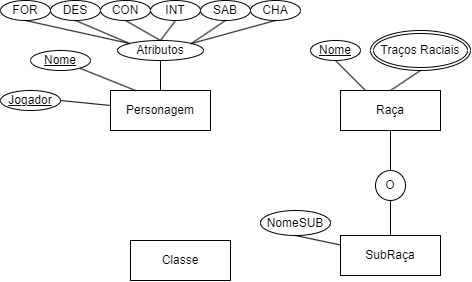
This is DER.png from VitorFonseca123/DnD-RPG, a draw.io export, as it was before one commit. Source tidied: cells renumbered, new cells last; positions are measured from the earlier drawing's top-left corner, leaving out a move shared by most shapes.
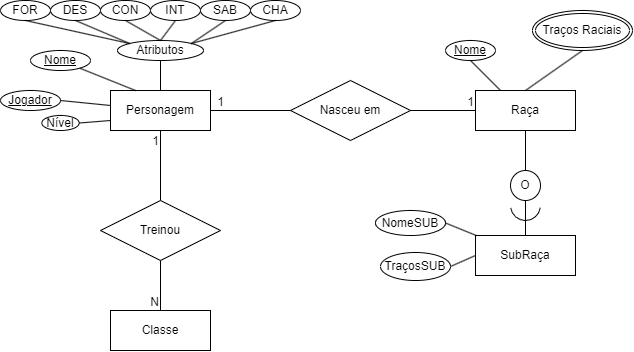
The same diagram one commit later.

Diff of the diagram source:
```diff
@@ -6,7 +6,7 @@
       <mxGeometry x="110" y="90" width="100" height="40" as="geometry" />
     </mxCell>
     <mxCell id="3" value="Raça" style="whiteSpace=wrap;html=1;align=center;" parent="1" vertex="1">
-      <mxGeometry x="340" y="90" width="100" height="40" as="geometry" />
+      <mxGeometry x="475" y="90" width="100" height="40" as="geometry" />
     </mxCell>
     <mxCell id="4" value="&lt;u&gt;Nome&lt;/u&gt;" style="ellipse;whiteSpace=wrap;html=1;align=center;" parent="1" vertex="1">
       <mxGeometry x="30" y="50" width="60" height="20" as="geometry" />
@@ -21,7 +21,7 @@
       <mxGeometry relative="1" as="geometry" />
     </mxCell>
     <mxCell id="8" value="Classe" style="whiteSpace=wrap;html=1;align=center;" parent="1" vertex="1">
-      <mxGeometry x="130" y="240" width="100" height="40" as="geometry" />
+      <mxGeometry x="110" y="310" width="100" height="40" as="geometry" />
     </mxCell>
     <mxCell id="9" value="Atributos" style="ellipse;whiteSpace=wrap;html=1;align=center;" parent="1" vertex="1">
       <mxGeometry x="117" y="40" width="86" height="20" as="geometry" />
@@ -66,34 +66,83 @@
       <mxGeometry relative="1" as="geometry" />
     </mxCell>
     <mxCell id="23" value="Nome" style="ellipse;whiteSpace=wrap;html=1;align=center;fontStyle=4;" parent="1" vertex="1">
-      <mxGeometry x="310" y="40" width="50" height="20" as="geometry" />
+      <mxGeometry x="445" y="40" width="50" height="20" as="geometry" />
     </mxCell>
     <mxCell id="24" style="endArrow=none;html=1;rounded=0;entryX=0.5;entryY=1;entryDx=0;entryDy=0;exitX=0.25;exitY=0;exitDx=0;exitDy=0;" parent="1" edge="1" source="3" target="23">
       <mxGeometry relative="1" as="geometry" />
     </mxCell>
     <mxCell id="25" value="Traços Raciais" style="ellipse;shape=doubleEllipse;margin=3;whiteSpace=wrap;html=1;align=center;" parent="1" vertex="1">
-      <mxGeometry x="370" y="30" width="100" height="40" as="geometry" />
+      <mxGeometry x="532" y="10" width="100" height="40" as="geometry" />
     </mxCell>
     <mxCell id="26" style="endArrow=none;html=1;rounded=0;exitX=0.5;exitY=1;exitDx=0;exitDy=0;entryX=0.5;entryY=0;entryDx=0;entryDy=0;" parent="1" edge="1" source="25" target="3">
       <mxGeometry relative="1" as="geometry" />
     </mxCell>
     <mxCell id="27" value="O" style="ellipse;whiteSpace=wrap;html=1;" parent="1" vertex="1">
-      <mxGeometry x="375" y="170" width="30" height="30" as="geometry" />
+      <mxGeometry x="510" y="170" width="30" height="30" as="geometry" />
     </mxCell>
     <mxCell id="28" style="endArrow=none;html=1;rounded=0;exitX=0.5;exitY=1;exitDx=0;exitDy=0;entryX=0.5;entryY=0;entryDx=0;entryDy=0;" parent="1" edge="1" source="3" target="27">
       <mxGeometry relative="1" as="geometry" />
     </mxCell>
     <mxCell id="29" value="NomeSUB" style="ellipse;whiteSpace=wrap;html=1;align=center;" parent="1" vertex="1">
-      <mxGeometry x="260" y="210" width="70" height="25" as="geometry" />
+      <mxGeometry x="375" y="210" width="70" height="25" as="geometry" />
     </mxCell>
     <mxCell id="30" value="SubRaça" style="whiteSpace=wrap;html=1;align=center;" parent="1" vertex="1">
-      <mxGeometry x="340" y="235" width="100" height="40" as="geometry" />
+      <mxGeometry x="475" y="235" width="100" height="40" as="geometry" />
     </mxCell>
     <mxCell id="31" style="endArrow=none;html=1;rounded=0;exitX=0.5;exitY=1;exitDx=0;exitDy=0;entryX=0.5;entryY=0;entryDx=0;entryDy=0;" parent="1" edge="1" source="27" target="30">
       <mxGeometry relative="1" as="geometry" />
     </mxCell>
-    <mxCell id="32" style="endArrow=none;html=1;rounded=0;exitX=0.5;exitY=1;exitDx=0;exitDy=0;" parent="1" edge="1" source="29" target="30">
+    <mxCell id="32" style="endArrow=none;html=1;rounded=0;exitX=1;exitY=0.5;exitDx=0;exitDy=0;" parent="1" edge="1" source="29" target="30">
       <mxGeometry relative="1" as="geometry" />
     </mxCell>
+    <mxCell id="33" value="TraçosSUB" style="ellipse;whiteSpace=wrap;html=1;align=center;" parent="1" vertex="1">
+      <mxGeometry x="380" y="252" width="70" height="28" as="geometry" />
+    </mxCell>
+    <mxCell id="34" style="endArrow=none;html=1;rounded=0;exitX=1;exitY=0.5;exitDx=0;exitDy=0;entryX=0;entryY=0.5;entryDx=0;entryDy=0;" parent="1" edge="1" source="33" target="30">
+      <mxGeometry relative="1" as="geometry" />
+    </mxCell>
+    <mxCell id="35" value="Nasceu em" style="shape=rhombus;perimeter=rhombusPerimeter;whiteSpace=wrap;html=1;align=center;" parent="1" vertex="1">
+      <mxGeometry x="290" y="80" width="120" height="60" as="geometry" />
+    </mxCell>
+    <mxCell id="36" style="verticalLabelPosition=bottom;verticalAlign=top;html=1;shape=mxgraph.basic.arc;startAngle=0.6480476249162135;endAngle=0.1;rotation=-135;" parent="1" vertex="1">
+      <mxGeometry x="510" y="190" width="30" height="30" as="geometry" />
+    </mxCell>
+    <mxCell id="37" style="endArrow=none;html=1;rounded=0;exitX=1;exitY=0.5;exitDx=0;exitDy=0;entryX=0;entryY=0.5;entryDx=0;entryDy=0;" parent="1" edge="1" source="2" target="35">
+      <mxGeometry relative="1" as="geometry" />
+    </mxCell>
+    <mxCell id="38" value="1" style="html=1;whiteSpace=wrap;align=right;verticalAlign=bottom;" parent="37" vertex="1">
+      <mxGeometry x="1" relative="1" as="geometry">
+        <mxPoint x="-65" as="offset" />
+      </mxGeometry>
+    </mxCell>
+    <mxCell id="39" style="endArrow=none;html=1;rounded=0;exitX=1;exitY=0.5;exitDx=0;exitDy=0;entryX=0;entryY=0.5;entryDx=0;entryDy=0;" parent="1" edge="1" source="35" target="3">
+      <mxGeometry relative="1" as="geometry" />
+    </mxCell>
+    <mxCell id="40" value="1" style="html=1;whiteSpace=wrap;align=right;verticalAlign=bottom;" parent="39" vertex="1">
+      <mxGeometry x="1" relative="1" as="geometry" />
+    </mxCell>
+    <mxCell id="41" value="Nível" style="ellipse;whiteSpace=wrap;html=1;align=center;" parent="1" vertex="1">
+      <mxGeometry x="41.2" y="115" width="37.5" height="15" as="geometry" />
+    </mxCell>
+    <mxCell id="42" style="endArrow=none;html=1;rounded=0;exitX=1;exitY=0.5;exitDx=0;exitDy=0;entryX=0;entryY=0.75;entryDx=0;entryDy=0;" parent="1" edge="1" source="41" target="2">
+      <mxGeometry relative="1" as="geometry" />
+    </mxCell>
+    <mxCell id="43" value="Treinou" style="shape=rhombus;perimeter=rhombusPerimeter;whiteSpace=wrap;html=1;align=center;" parent="1" vertex="1">
+      <mxGeometry x="100" y="200" width="120" height="60" as="geometry" />
+    </mxCell>
+    <mxCell id="44" style="endArrow=none;html=1;rounded=0;entryX=0.5;entryY=0;entryDx=0;entryDy=0;exitX=0.5;exitY=1;exitDx=0;exitDy=0;" parent="1" edge="1" source="43" target="8">
+      <mxGeometry relative="1" as="geometry" />
+    </mxCell>
+    <mxCell id="45" value="N" style="html=1;whiteSpace=wrap;align=right;verticalAlign=bottom;" parent="44" vertex="1">
+      <mxGeometry x="1" relative="1" as="geometry" />
+    </mxCell>
+    <mxCell id="46" style="endArrow=none;html=1;rounded=0;exitX=0.5;exitY=0;exitDx=0;exitDy=0;entryX=0.5;entryY=1;entryDx=0;entryDy=0;" parent="1" edge="1" source="43" target="2">
+      <mxGeometry relative="1" as="geometry" />
+    </mxCell>
+    <mxCell id="47" value="1" style="html=1;whiteSpace=wrap;align=right;verticalAlign=bottom;" parent="46" vertex="1">
+      <mxGeometry x="1" relative="1" as="geometry">
+        <mxPoint y="20" as="offset" />
+      </mxGeometry>
+    </mxCell>
   </root>
 </mxGraphModel>
```
